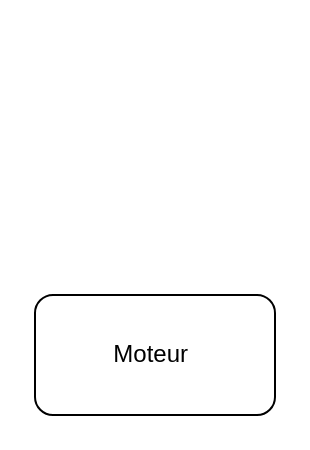
Before: Diagramme sans nom.drawio in 0reoAurelien/projet-hovercraft, a draw.io diagram. Source tidied: cells renumbered, new cells numbered last; positions are measured from the earlier drawing's top-left corner, leaving out a move shared by most shapes. Both pictures are drawn from the tidied source at 200%, with x=0, y=0 at pixel (34, 294).
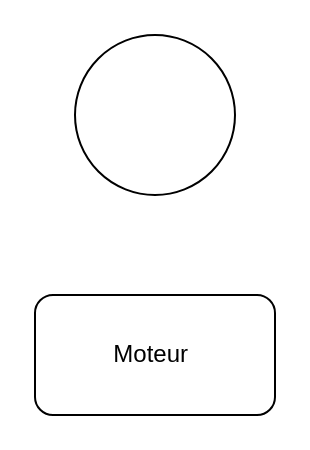
Above is the later version.

Commit message:
Mettre à jour Diagramme sans nom.drawio

What changed in the source:
```diff
@@
 <mxGraphModel>
   <root>
     <mxCell id="0" />
     <mxCell id="1" parent="0" />
     <mxCell id="2" value="Moteur&amp;nbsp;" style="rounded=1;whiteSpace=wrap;html=1;" parent="1" vertex="1">
       <mxGeometry width="120" height="60" as="geometry" />
     </mxCell>
+    <mxCell id="3" style="ellipse;whiteSpace=wrap;html=1;" parent="1" vertex="1">
+      <mxGeometry x="20" y="-130" width="80" height="80" as="geometry" />
+    </mxCell>
   </root>
 </mxGraphModel>
```
